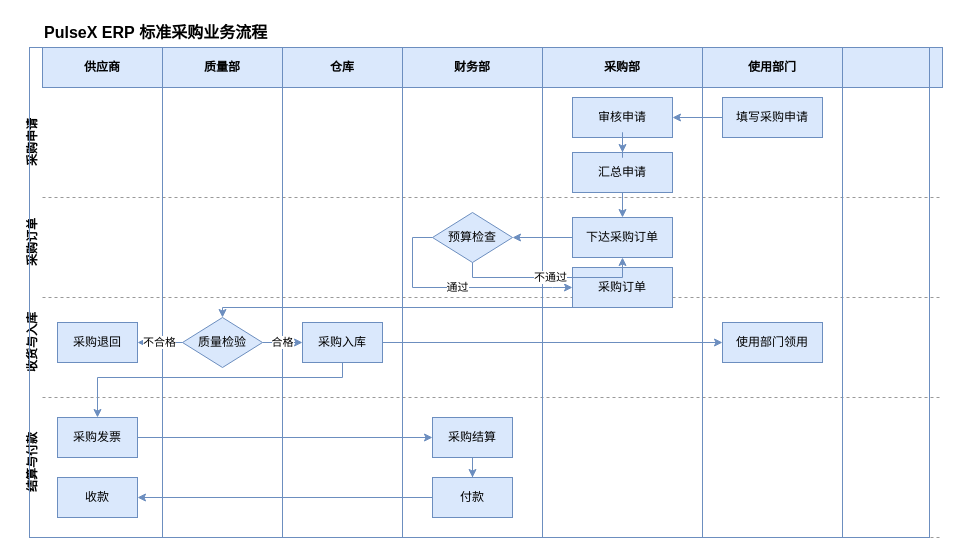
Earlier version of the draw.io diagram 标准采购流程.drawio (Davidcircle/first_code). Source tidied: cells renumbered, new cells numbered last; positions are measured from the earlier drawing's top-left corner, leaving out a move shared by most shapes. Both pictures are drawn from the tidied source at 100%, with x=0, y=0 at pixel (-13, 17).
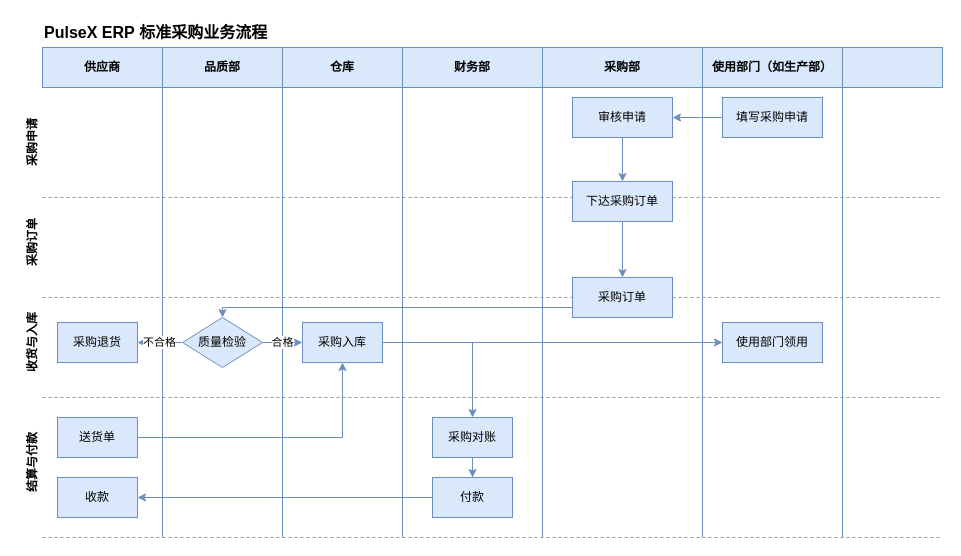
After the change.

Commit message:
更新标准采购流程.drawio

The change refers to these unchanged cells:
```xml
<mxCell id="25" value="审核申请" style="rounded=0;whiteSpace=wrap;html=1;fillColor=#dae8fc;strokeColor=#6c8ebf;" parent="1" vertex="1">
  <mxGeometry x="585" y="80" width="100" height="40" as="geometry" />
</mxCell>
<mxCell id="32" value="采购入库" style="rounded=0;whiteSpace=wrap;html=1;fillColor=#dae8fc;strokeColor=#6c8ebf;" parent="1" vertex="1">
  <mxGeometry x="315" y="305" width="80" height="40" as="geometry" />
</mxCell>
```

The edit, as a diff of the source:
```diff
@@
-    <mxCell id="5" value="质量部" style="text;html=1;strokeColor=none;fillColor=none;align=center;verticalAlign=middle;whiteSpace=wrap;rounded=0;fontStyle=1;" parent="1" vertex="1">
+    <mxCell id="5" value="品质部" style="text;html=1;strokeColor=none;fillColor=none;align=center;verticalAlign=middle;whiteSpace=wrap;rounded=0;fontStyle=1;" parent="1" vertex="1">
       <mxGeometry x="175" y="30" width="120" height="40" as="geometry" />
     </mxCell>
@@
-    <mxCell id="9" value="使用部门" style="text;html=1;strokeColor=none;fillColor=none;align=center;verticalAlign=middle;whiteSpace=wrap;rounded=0;fontStyle=1;" parent="1" vertex="1">
+    <mxCell id="9" value="使用部门（如生产部）" style="text;html=1;strokeColor=none;fillColor=none;align=center;verticalAlign=middle;whiteSpace=wrap;rounded=0;fontStyle=1;" parent="1" vertex="1">
       <mxGeometry x="715" y="30" width="140" height="40" as="geometry" />
     </mxCell>
@@
-    <mxCell id="15" style="endArrow=none;html=1;strokeColor=#999999;dashed=1;" parent="1" edge="1">
+    <mxCell id="15" style="endArrow=none;html=1;strokeColor=#999999;dashed=1;" parent="1" edge="1" source="29">
       <mxGeometry relative="1" as="geometry">
-        <mxPoint x="55" y="280" as="sourcePoint" />
         <mxPoint x="955" y="280" as="targetPoint" />
       </mxGeometry>
     </mxCell>
@@
-    <mxCell id="26" value="汇总申请" style="rounded=0;whiteSpace=wrap;html=1;fillColor=#dae8fc;strokeColor=#6c8ebf;" parent="1" vertex="1">
-      <mxGeometry x="585" y="135" width="100" height="40" as="geometry" />
-    </mxCell>
+    <mxCell id="53" style="edgeStyle=orthogonalEdgeStyle;rounded=0;jettySize=auto;html=1;entryX=0.5;entryY=0;entryDx=0;entryDy=0;fillColor=#dae8fc;strokeColor=#6c8ebf;" parent="1" edge="1" source="27" target="29">
+      <mxGeometry relative="1" as="geometry" />
+    </mxCell>
     <mxCell id="27" value="下达采购订单" style="rounded=0;whiteSpace=wrap;html=1;fillColor=#dae8fc;strokeColor=#6c8ebf;" parent="1" vertex="1">
-      <mxGeometry x="585" y="200" width="100" height="40" as="geometry" />
+      <mxGeometry x="585" y="164" width="100" height="40" as="geometry" />
     </mxCell>
-    <mxCell id="28" value="预算检查" style="rhombus;whiteSpace=wrap;html=1;fillColor=#dae8fc;strokeColor=#6c8ebf;" parent="1" vertex="1">
-      <mxGeometry x="445" y="195" width="80" height="50" as="geometry" />
-    </mxCell>
-    <mxCell id="29" value="采购订单" style="rounded=0;whiteSpace=wrap;html=1;fillColor=#dae8fc;strokeColor=#6c8ebf;" parent="1" vertex="1">
-      <mxGeometry x="585" y="250" width="100" height="40" as="geometry" />
-    </mxCell>
@@
-    <mxCell id="31" value="采购退回" style="rounded=0;whiteSpace=wrap;html=1;fillColor=#dae8fc;strokeColor=#6c8ebf;" parent="1" vertex="1">
+    <mxCell id="31" value="采购退货" style="rounded=0;whiteSpace=wrap;html=1;fillColor=#dae8fc;strokeColor=#6c8ebf;" parent="1" vertex="1">
       <mxGeometry x="70" y="305" width="80" height="40" as="geometry" />
     </mxCell>
+    <mxCell id="54" style="edgeStyle=orthogonalEdgeStyle;rounded=0;jettySize=auto;html=1;entryX=0.5;entryY=0;entryDx=0;entryDy=0;fillColor=#dae8fc;strokeColor=#6c8ebf;" parent="1" edge="1" source="32" target="35">
+      <mxGeometry relative="1" as="geometry" />
+    </mxCell>
@@
-    <mxCell id="34" value="采购发票" style="rounded=0;whiteSpace=wrap;html=1;fillColor=#dae8fc;strokeColor=#6c8ebf;" parent="1" vertex="1">
+    <mxCell id="34" value="送货单" style="rounded=0;whiteSpace=wrap;html=1;fillColor=#dae8fc;strokeColor=#6c8ebf;" parent="1" vertex="1">
       <mxGeometry x="70" y="400" width="80" height="40" as="geometry" />
     </mxCell>
-    <mxCell id="35" value="采购结算" style="rounded=0;whiteSpace=wrap;html=1;fillColor=#dae8fc;strokeColor=#6c8ebf;" parent="1" vertex="1">
+    <mxCell id="35" value="采购对账" style="rounded=0;whiteSpace=wrap;html=1;fillColor=#dae8fc;strokeColor=#6c8ebf;" parent="1" vertex="1">
       <mxGeometry x="445" y="400" width="80" height="40" as="geometry" />
     </mxCell>
@@
-    <mxCell id="39" style="edgeStyle=orthogonalEdgeStyle;rounded=0;jettySize=auto;html=1;strokeColor=#6c8ebf;endArrow=classic;" parent="1" edge="1" source="25" target="26">
-      <mxGeometry relative="1" as="geometry" />
-    </mxCell>
-    <mxCell id="40" style="edgeStyle=orthogonalEdgeStyle;rounded=0;jettySize=auto;html=1;strokeColor=#6c8ebf;endArrow=classic;" parent="1" edge="1" source="26" target="27">
+    <mxCell id="40" style="edgeStyle=orthogonalEdgeStyle;rounded=0;jettySize=auto;html=1;strokeColor=#6c8ebf;endArrow=classic;exitX=0.5;exitY=1;exitDx=0;exitDy=0;" parent="1" edge="1" source="25" target="27">
       <mxGeometry relative="1" as="geometry" />
     </mxCell>
-    <mxCell id="41" style="edgeStyle=orthogonalEdgeStyle;rounded=0;jettySize=auto;html=1;strokeColor=#6c8ebf;endArrow=classic;" parent="1" edge="1" source="27" target="28">
-      <mxGeometry relative="1" as="geometry" />
-    </mxCell>
-    <mxCell id="42" value="通过" style="edgeStyle=orthogonalEdgeStyle;rounded=0;jettySize=auto;html=1;strokeColor=#6c8ebf;endArrow=classic;exitX=0;exitY=0.5;entryX=0;entryY=0.5;" parent="1" edge="1" source="28" target="29">
-      <mxGeometry relative="1" as="geometry">
-        <Array as="points">
-          <mxPoint x="425" y="220" />
-          <mxPoint x="425" y="270" />
-          <mxPoint x="565" y="270" />
-        </Array>
-      </mxGeometry>
-    </mxCell>
-    <mxCell id="43" value="不通过" style="edgeStyle=orthogonalEdgeStyle;rounded=0;jettySize=auto;html=1;strokeColor=#6c8ebf;endArrow=classic;exitX=0.5;exitY=1;entryX=0.5;entryY=1;" parent="1" edge="1" source="28" target="27">
-      <mxGeometry relative="1" as="geometry">
-        <Array as="points">
-          <mxPoint x="485" y="260" />
-          <mxPoint x="635" y="260" />
-        </Array>
-      </mxGeometry>
-    </mxCell>
@@
-    <mxCell id="48" style="edgeStyle=orthogonalEdgeStyle;rounded=0;jettySize=auto;html=1;strokeColor=#6c8ebf;endArrow=classic;" parent="1" edge="1" source="32" target="34">
-      <mxGeometry relative="1" as="geometry">
-        <Array as="points">
-          <mxPoint x="355" y="360" />
-          <mxPoint x="110" y="360" />
-        </Array>
-      </mxGeometry>
-    </mxCell>
-    <mxCell id="49" style="edgeStyle=orthogonalEdgeStyle;rounded=0;jettySize=auto;html=1;strokeColor=#6c8ebf;endArrow=classic;" parent="1" edge="1" source="34" target="35">
+    <mxCell id="49" style="edgeStyle=orthogonalEdgeStyle;rounded=0;jettySize=auto;html=1;strokeColor=#6c8ebf;endArrow=classic;entryX=0.5;entryY=1;entryDx=0;entryDy=0;" parent="1" edge="1" source="34" target="32">
       <mxGeometry relative="1" as="geometry" />
     </mxCell>
@@
-    <mxCell id="52" style="rounded=0;whiteSpace=wrap;html=1;fillColor=none;strokeColor=#6c8ebf;" parent="1" vertex="1">
-      <mxGeometry x="42" y="30" width="900" height="490" as="geometry" />
-    </mxCell>
+    <mxCell id="55" style="endArrow=none;html=1;strokeColor=#999999;dashed=1;" parent="1" edge="1" target="29">
+      <mxGeometry relative="1" as="geometry">
+        <mxPoint x="55" y="280" as="sourcePoint" />
+      </mxGeometry>
+    </mxCell>
+    <mxCell id="29" value="采购订单" style="rounded=0;whiteSpace=wrap;html=1;fillColor=#dae8fc;strokeColor=#6c8ebf;" parent="1" vertex="1">
+      <mxGeometry x="585" y="260" width="100" height="40" as="geometry" />
+    </mxCell>
```
